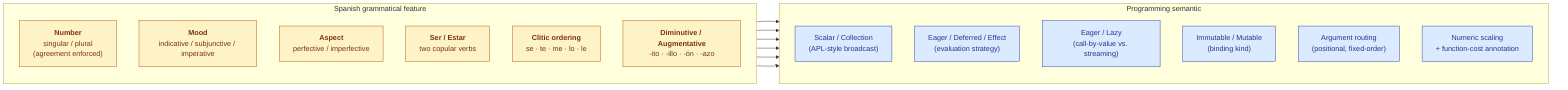
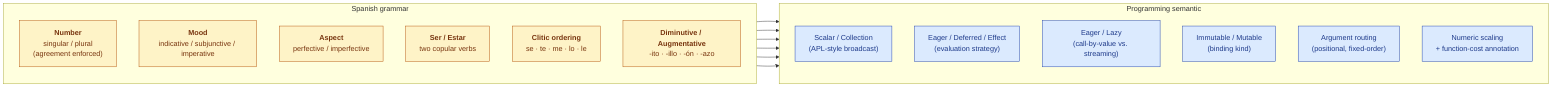
%% Diagram B — Inflexión's six grammatical-semantic mappings
%% Source: /data/rci/Babel/diagrams/inflexion-six-mappings.mmd
%% Render via diagrams.roderickc.com (slug TBD)
%% Embed in: 05 §3 (right after the section opener; before §3.1)

flowchart LR
-     subgraph SP["Spanish grammatical feature"]
+     subgraph SP["Spanish grammar"]
        direction TB
        N["<b>Number</b><br/>singular / plural<br/>(agreement enforced)"]
        M["<b>Mood</b><br/>indicative / subjunctive / imperative"]
        A["<b>Aspect</b><br/>perfective / imperfective"]
        S["<b>Ser / Estar</b><br/>two copular verbs"]
        C["<b>Clitic ordering</b><br/>se · te · me · lo · le"]
        D["<b>Diminutive / Augmentative</b><br/>-ito · -illo · -ón · -azo"]
    end

    subgraph PS["Programming semantic"]
        direction TB
        N1["Scalar / Collection<br/>(APL-style broadcast)"]
        M1["Eager / Deferred / Effect<br/>(evaluation strategy)"]
        A1["Eager / Lazy<br/>(call-by-value vs. streaming)"]
        S1["Immutable / Mutable<br/>(binding kind)"]
        C1["Argument routing<br/>(positional, fixed-order)"]
        D1["Numeric scaling<br/>+ function-cost annotation"]
    end

    N --> N1
    M --> M1
    A --> A1
    S --> S1
    C --> C1
    D --> D1

    classDef spanish fill:#fef3c7,stroke:#b45309,color:#78350f
    classDef semantic fill:#dbeafe,stroke:#1e40af,color:#1e3a8a
    class N,M,A,S,C,D spanish
    class N1,M1,A1,S1,C1,D1 semantic
